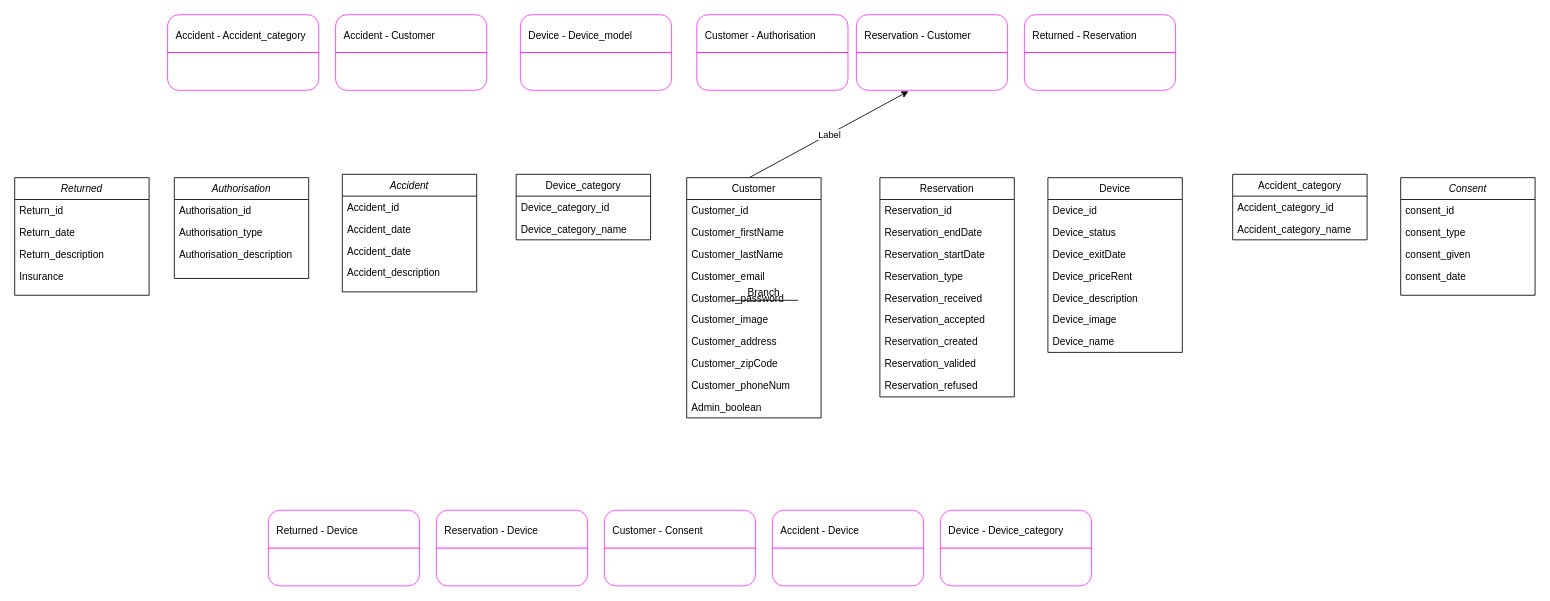
Ml-devdesign/LocMns-EasyRent keeps this draw.io diagram as nom.drawio. Above is the earlier version. Source tidied: cells renumbered, new cells numbered last; positions are measured from the earlier drawing's top-left corner, leaving out a move shared by most shapes. Both pictures are drawn from the tidied source at 84%, with x=0, y=0 at pixel (14, 14).
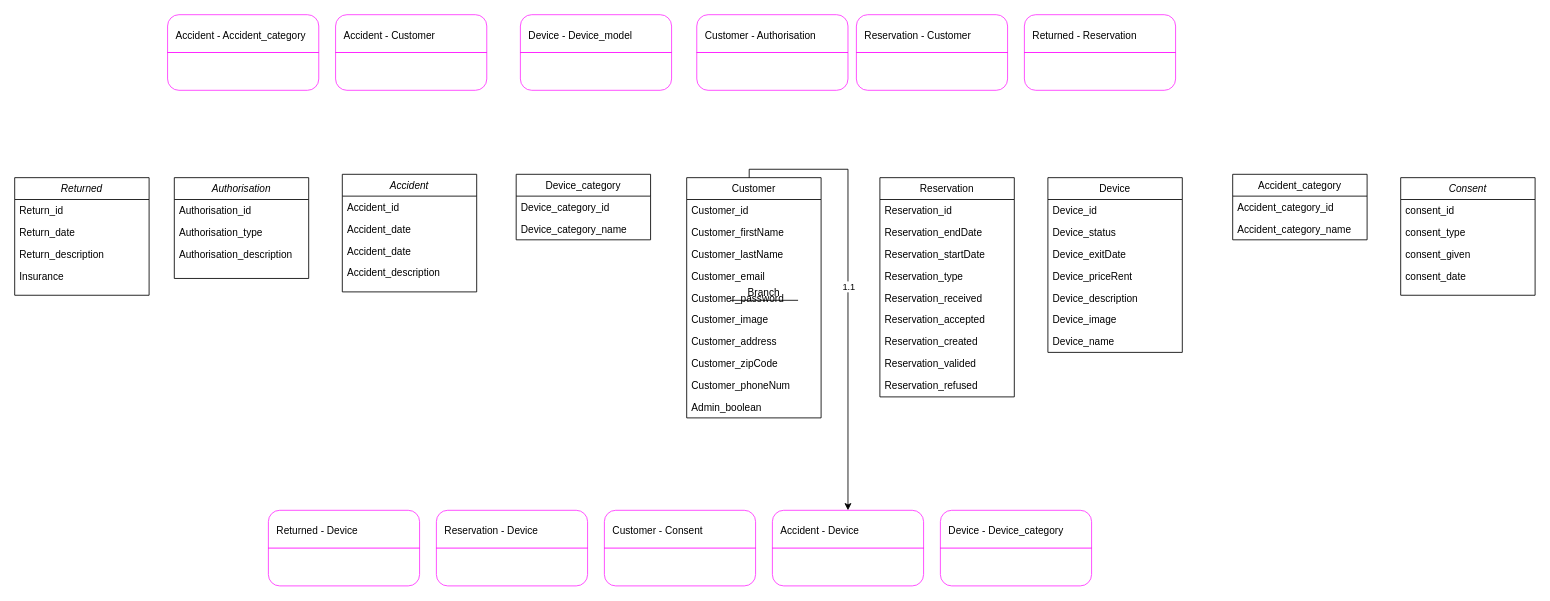
Above is the later version.

Unchanged cells that the change refers to:
```xml
<mxCell id="18" value="Customer" style="swimlane;fontStyle=0;align=center;verticalAlign=top;horizontal=1;startSize=26;rounded=0;shadow=0;strokeWidth=1;" parent="1" vertex="1">
  <mxGeometry x="800" y="194" width="160" height="286" as="geometry" />
</mxCell>
<mxCell id="73" style="rounded=1;whiteSpace=wrap;html=1;overflow=visible;strokeColor=#FF33FF;" parent="1" vertex="1">
  <mxGeometry x="1002" width="180" height="90" as="geometry" />
</mxCell>
<mxCell id="81" style="rounded=1;whiteSpace=wrap;html=1;overflow=visible;strokeColor=#FF33FF;" parent="1" vertex="1">
  <mxGeometry x="902" y="590" width="180" height="90" as="geometry" />
</mxCell>
```

Change to the diagram source:
```diff
@@
-    <mxCell id="101" style="endArrow=classic;html=1;rounded=0;exitX=0.465;exitY=0;exitDx=0;exitDy=0;exitPerimeter=0;entryX=0.344;entryY=1.013;entryDx=0;entryDy=0;entryPerimeter=0;" parent="1" edge="1" source="18" target="73">
+    <mxCell id="101" style="endArrow=classic;html=1;rounded=0;exitX=0.465;exitY=0;exitDx=0;exitDy=0;exitPerimeter=0;entryX=0.5;entryY=0;entryDx=0;entryDy=0;strokeColor=default;edgeStyle=orthogonalEdgeStyle;" parent="1" edge="1" source="18" target="81">
       <mxGeometry relative="1" as="geometry" />
     </mxCell>
-    <mxCell id="102" value="Label" style="edgeLabel;html=1;align=center;verticalAlign=middle;" parent="101" vertex="1">
+    <mxCell id="102" value="1.1" style="edgeLabel;html=1;align=center;verticalAlign=middle;" parent="101" vertex="1">
       <mxGeometry relative="1" as="geometry" />
     </mxCell>
```
